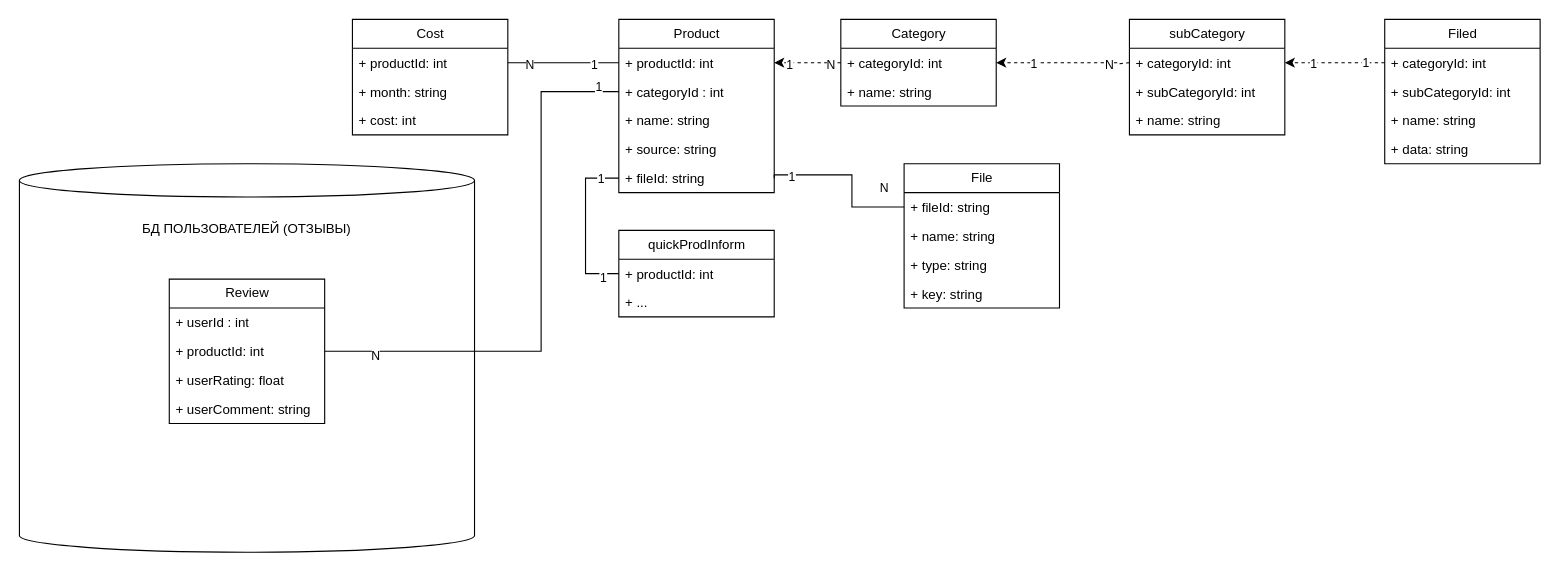
IlyaSannikow/e-catalog.ru keeps this draw.io diagram as Диаграмма БД Товаров.drawio. Above is the earlier version. Source tidied: cells renumbered, new cells numbered last; positions are measured from the earlier drawing's top-left corner, leaving out a move shared by most shapes. Both pictures are drawn from the tidied source at 111%, with x=0, y=0 at pixel (19, 19).
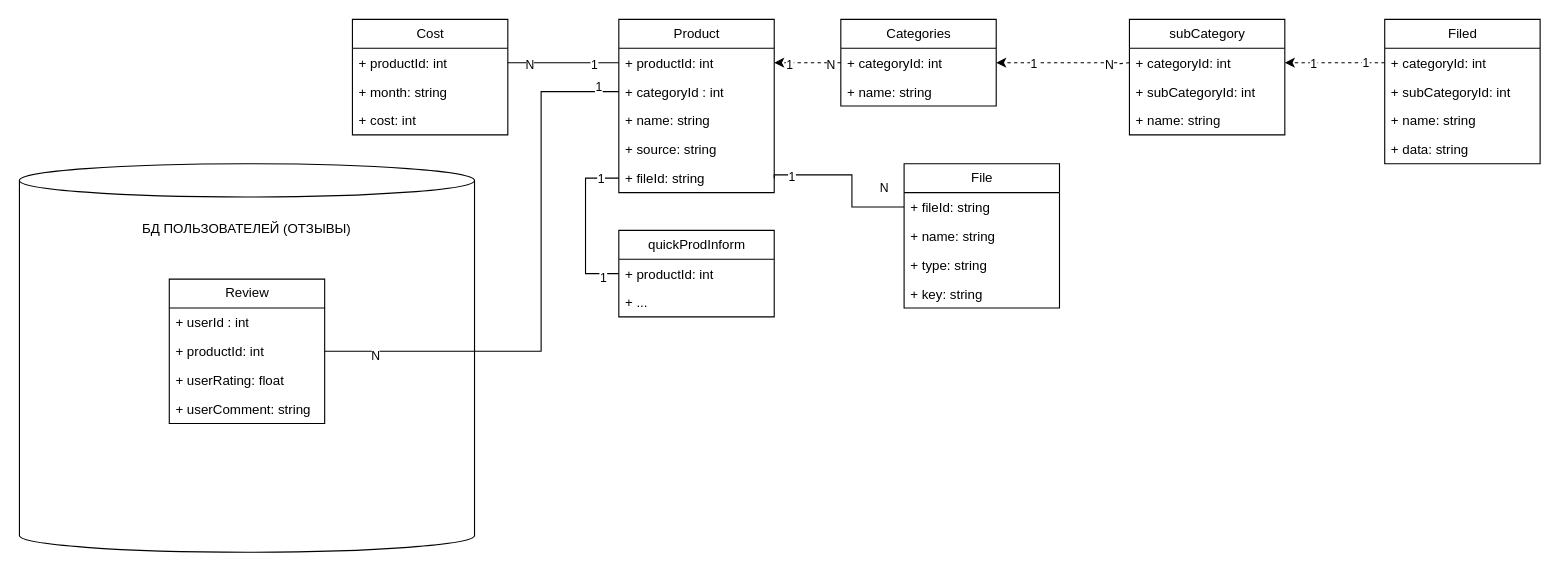
Above is the later version.

Change to the diagram source:
```diff
@@
-    <mxCell id="8" value="Category" style="swimlane;fontStyle=0;horizontal=1;startSize=26;fillColor=none;html=1;" parent="1" vertex="1">
+    <mxCell id="8" value="Categories" style="swimlane;fontStyle=0;horizontal=1;startSize=26;fillColor=none;html=1;" parent="1" vertex="1">
       <mxGeometry x="740" width="140" height="78" as="geometry" />
     </mxCell>
```
